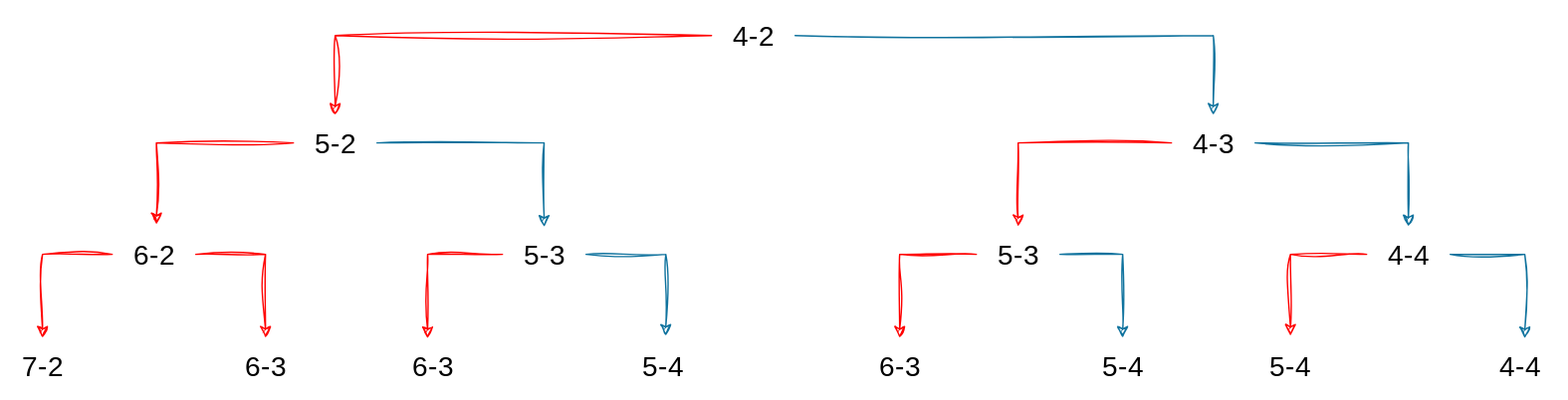
This is img/sannsyn/sannsynmyntv4.drawio.svg from Andremartiny/MA-173, a draw.io export, as it was before one commit. Source tidied: cells renumbered, new cells last; positions are measured from the earlier drawing's top-left corner, leaving out a move shared by most shapes. Its diagram source:
```xml
<mxGraphModel>
  <root>
    <mxCell id="0" />
    <mxCell id="1" parent="0" />
    <mxCell id="2" style="edgeStyle=orthogonalEdgeStyle;rounded=0;sketch=1;hachureGap=4;jiggle=2;curveFitting=1;jettySize=auto;html=1;fillColor=#ffcc99;strokeColor=#FF0000;" parent="1" edge="1" source="4" target="5">
      <mxGeometry relative="1" as="geometry" />
    </mxCell>
    <mxCell id="3" style="edgeStyle=orthogonalEdgeStyle;rounded=0;sketch=1;hachureGap=4;jiggle=2;curveFitting=1;jettySize=auto;html=1;fillColor=#b1ddf0;strokeColor=#10739e;" parent="1" edge="1" source="4" target="8">
      <mxGeometry relative="1" as="geometry" />
    </mxCell>
    <mxCell id="4" value="4-2" style="text;html=1;align=center;verticalAlign=middle;points=[];strokeColor=none;fillColor=none;fontSize=20;fontFamily=Handlee;fontSource=https%3A%2F%2Ffonts.googleapis.com%2Fcss%3Ffamily%3DHandlee;" parent="1" vertex="1">
      <mxGeometry x="505" width="60" height="40" as="geometry" />
    </mxCell>
    <mxCell id="5" value="5-2" style="text;html=1;align=center;verticalAlign=middle;points=[];strokeColor=none;fillColor=none;fontSize=20;fontFamily=Handlee;fontSource=https%3A%2F%2Ffonts.googleapis.com%2Fcss%3Ffamily%3DHandlee;" parent="1" vertex="1">
      <mxGeometry x="205" y="77" width="60" height="40" as="geometry" />
    </mxCell>
    <mxCell id="6" style="edgeStyle=orthogonalEdgeStyle;rounded=0;sketch=1;hachureGap=4;jiggle=2;curveFitting=1;jettySize=auto;html=1;fillColor=#ffcc99;strokeColor=#FF0000;" parent="1" edge="1" source="8" target="15">
      <mxGeometry relative="1" as="geometry" />
    </mxCell>
    <mxCell id="7" style="edgeStyle=orthogonalEdgeStyle;rounded=0;sketch=1;hachureGap=4;jiggle=2;curveFitting=1;jettySize=auto;html=1;fillColor=#b1ddf0;strokeColor=#10739e;" parent="1" edge="1" source="8" target="16">
      <mxGeometry relative="1" as="geometry" />
    </mxCell>
    <mxCell id="8" value="4-3" style="text;html=1;align=center;verticalAlign=middle;points=[];strokeColor=none;fillColor=none;fontSize=20;fontFamily=Handlee;fontSource=https%3A%2F%2Ffonts.googleapis.com%2Fcss%3Ffamily%3DHandlee;" parent="1" vertex="1">
      <mxGeometry x="835" y="77" width="60" height="40" as="geometry" />
    </mxCell>
    <mxCell id="9" value="5-3" style="text;html=1;align=center;verticalAlign=middle;points=[];strokeColor=none;fillColor=none;fontSize=20;fontFamily=Handlee;fontSource=https%3A%2F%2Ffonts.googleapis.com%2Fcss%3Ffamily%3DHandlee;" parent="1" vertex="1">
      <mxGeometry x="355" y="157" width="60" height="40" as="geometry" />
    </mxCell>
    <mxCell id="10" style="edgeStyle=orthogonalEdgeStyle;rounded=0;sketch=1;hachureGap=4;jiggle=2;curveFitting=1;jettySize=auto;html=1;fillColor=#ffcc99;strokeColor=#FF0000;" parent="1" edge="1" source="12" target="19">
      <mxGeometry relative="1" as="geometry" />
    </mxCell>
    <mxCell id="11" style="edgeStyle=orthogonalEdgeStyle;rounded=0;sketch=1;hachureGap=4;jiggle=2;curveFitting=1;jettySize=auto;html=1;fillColor=#ffcc99;strokeColor=#FF0000;" parent="1" edge="1" source="12" target="20">
      <mxGeometry relative="1" as="geometry" />
    </mxCell>
    <mxCell id="12" value="6-2" style="text;html=1;align=center;verticalAlign=middle;points=[];strokeColor=none;fillColor=none;fontSize=20;fontFamily=Handlee;fontSource=https%3A%2F%2Ffonts.googleapis.com%2Fcss%3Ffamily%3DHandlee;" parent="1" vertex="1">
      <mxGeometry x="75" y="157" width="60" height="40" as="geometry" />
    </mxCell>
    <mxCell id="13" style="edgeStyle=orthogonalEdgeStyle;rounded=0;sketch=1;hachureGap=4;jiggle=2;curveFitting=1;jettySize=auto;html=1;fillColor=#ffcc99;strokeColor=#FF0000;" parent="1" edge="1" source="15" target="25">
      <mxGeometry relative="1" as="geometry" />
    </mxCell>
    <mxCell id="14" style="edgeStyle=orthogonalEdgeStyle;rounded=0;sketch=1;hachureGap=4;jiggle=2;curveFitting=1;jettySize=auto;html=1;fillColor=#b1ddf0;strokeColor=#10739e;" parent="1" edge="1" source="15" target="26">
      <mxGeometry relative="1" as="geometry" />
    </mxCell>
    <mxCell id="15" value="5-3" style="text;html=1;align=center;verticalAlign=middle;points=[];strokeColor=none;fillColor=none;fontSize=20;fontFamily=Handlee;fontSource=https%3A%2F%2Ffonts.googleapis.com%2Fcss%3Ffamily%3DHandlee;" parent="1" vertex="1">
      <mxGeometry x="695" y="157" width="60" height="40" as="geometry" />
    </mxCell>
    <mxCell id="16" value="4-4" style="text;html=1;align=center;verticalAlign=middle;points=[];strokeColor=none;fillColor=none;fontSize=20;fontFamily=Handlee;fontSource=https%3A%2F%2Ffonts.googleapis.com%2Fcss%3Ffamily%3DHandlee;" parent="1" vertex="1">
      <mxGeometry x="975" y="157" width="60" height="40" as="geometry" />
    </mxCell>
    <mxCell id="17" style="edgeStyle=orthogonalEdgeStyle;rounded=0;sketch=1;hachureGap=4;jiggle=2;curveFitting=1;jettySize=auto;html=1;entryX=0.529;entryY=-0.036;entryDx=0;entryDy=0;entryPerimeter=0;fillColor=#ffcc99;strokeColor=#FF0000;" parent="1" edge="1" source="5" target="12">
      <mxGeometry relative="1" as="geometry" />
    </mxCell>
    <mxCell id="18" style="edgeStyle=orthogonalEdgeStyle;rounded=0;sketch=1;hachureGap=4;jiggle=2;curveFitting=1;jettySize=auto;html=1;entryX=0.499;entryY=0.009;entryDx=0;entryDy=0;entryPerimeter=0;fillColor=#b1ddf0;strokeColor=#10739e;" parent="1" edge="1" source="5" target="9">
      <mxGeometry relative="1" as="geometry" />
    </mxCell>
    <mxCell id="19" value="7-2" style="text;html=1;align=center;verticalAlign=middle;points=[];strokeColor=none;fillColor=none;fontSize=20;fontFamily=Handlee;fontSource=https%3A%2F%2Ffonts.googleapis.com%2Fcss%3Ffamily%3DHandlee;" parent="1" vertex="1">
      <mxGeometry y="237" width="50" height="40" as="geometry" />
    </mxCell>
    <mxCell id="20" value="6-3" style="text;html=1;align=center;verticalAlign=middle;points=[];strokeColor=none;fillColor=none;fontSize=20;fontFamily=Handlee;fontSource=https%3A%2F%2Ffonts.googleapis.com%2Fcss%3Ffamily%3DHandlee;" parent="1" vertex="1">
      <mxGeometry x="155" y="237" width="60" height="40" as="geometry" />
    </mxCell>
    <mxCell id="21" value="6-3" style="text;html=1;align=center;verticalAlign=middle;points=[];strokeColor=none;fillColor=none;fontSize=20;fontFamily=Handlee;fontSource=https%3A%2F%2Ffonts.googleapis.com%2Fcss%3Ffamily%3DHandlee;" parent="1" vertex="1">
      <mxGeometry x="275" y="237" width="60" height="40" as="geometry" />
    </mxCell>
    <mxCell id="22" value="5-4" style="text;html=1;align=center;verticalAlign=middle;points=[];strokeColor=none;fillColor=none;fontSize=20;fontFamily=Handlee;fontSource=https%3A%2F%2Ffonts.googleapis.com%2Fcss%3Ffamily%3DHandlee;" parent="1" vertex="1">
      <mxGeometry x="440" y="237" width="60" height="40" as="geometry" />
    </mxCell>
    <mxCell id="23" style="edgeStyle=orthogonalEdgeStyle;rounded=0;sketch=1;hachureGap=4;jiggle=2;curveFitting=1;jettySize=auto;html=1;entryX=0.438;entryY=0.009;entryDx=0;entryDy=0;entryPerimeter=0;fillColor=#ffcc99;strokeColor=#FF0000;" parent="1" edge="1" source="9" target="21">
      <mxGeometry relative="1" as="geometry" />
    </mxCell>
    <mxCell id="24" style="edgeStyle=orthogonalEdgeStyle;rounded=0;sketch=1;hachureGap=4;jiggle=2;curveFitting=1;jettySize=auto;html=1;entryX=0.536;entryY=-0.036;entryDx=0;entryDy=0;entryPerimeter=0;fillColor=#b1ddf0;strokeColor=#10739e;" parent="1" edge="1" source="9" target="22">
      <mxGeometry relative="1" as="geometry" />
    </mxCell>
    <mxCell id="25" value="6-3" style="text;html=1;align=center;verticalAlign=middle;points=[];strokeColor=none;fillColor=none;fontSize=20;fontFamily=Handlee;fontSource=https%3A%2F%2Ffonts.googleapis.com%2Fcss%3Ffamily%3DHandlee;" parent="1" vertex="1">
      <mxGeometry x="610" y="237" width="60" height="40" as="geometry" />
    </mxCell>
    <mxCell id="26" value="5-4" style="text;html=1;align=center;verticalAlign=middle;points=[];strokeColor=none;fillColor=none;fontSize=20;fontFamily=Handlee;fontSource=https%3A%2F%2Ffonts.googleapis.com%2Fcss%3Ffamily%3DHandlee;" parent="1" vertex="1">
      <mxGeometry x="770" y="237" width="60" height="40" as="geometry" />
    </mxCell>
    <mxCell id="27" value="5-4" style="text;html=1;align=center;verticalAlign=middle;points=[];strokeColor=none;fillColor=none;fontSize=20;fontFamily=Handlee;fontSource=https%3A%2F%2Ffonts.googleapis.com%2Fcss%3Ffamily%3DHandlee;" parent="1" vertex="1">
      <mxGeometry x="890" y="237" width="60" height="40" as="geometry" />
    </mxCell>
    <mxCell id="28" value="4-4" style="text;html=1;align=center;verticalAlign=middle;points=[];strokeColor=none;fillColor=none;fontSize=20;fontFamily=Handlee;fontSource=https%3A%2F%2Ffonts.googleapis.com%2Fcss%3Ffamily%3DHandlee;" parent="1" vertex="1">
      <mxGeometry x="1055" y="237" width="60" height="40" as="geometry" />
    </mxCell>
    <mxCell id="29" style="edgeStyle=orthogonalEdgeStyle;rounded=0;sketch=1;hachureGap=4;jiggle=2;curveFitting=1;jettySize=auto;html=1;entryX=0.506;entryY=-0.036;entryDx=0;entryDy=0;entryPerimeter=0;fillColor=#ffcc99;strokeColor=#FF0000;" parent="1" edge="1" source="16" target="27">
      <mxGeometry relative="1" as="geometry" />
    </mxCell>
    <mxCell id="30" style="edgeStyle=orthogonalEdgeStyle;rounded=0;sketch=1;hachureGap=4;jiggle=2;curveFitting=1;jettySize=auto;html=1;entryX=0.559;entryY=0.009;entryDx=0;entryDy=0;entryPerimeter=0;fillColor=#b1ddf0;strokeColor=#10739e;" parent="1" edge="1" source="16" target="28">
      <mxGeometry relative="1" as="geometry" />
    </mxCell>
  </root>
</mxGraphModel>
```
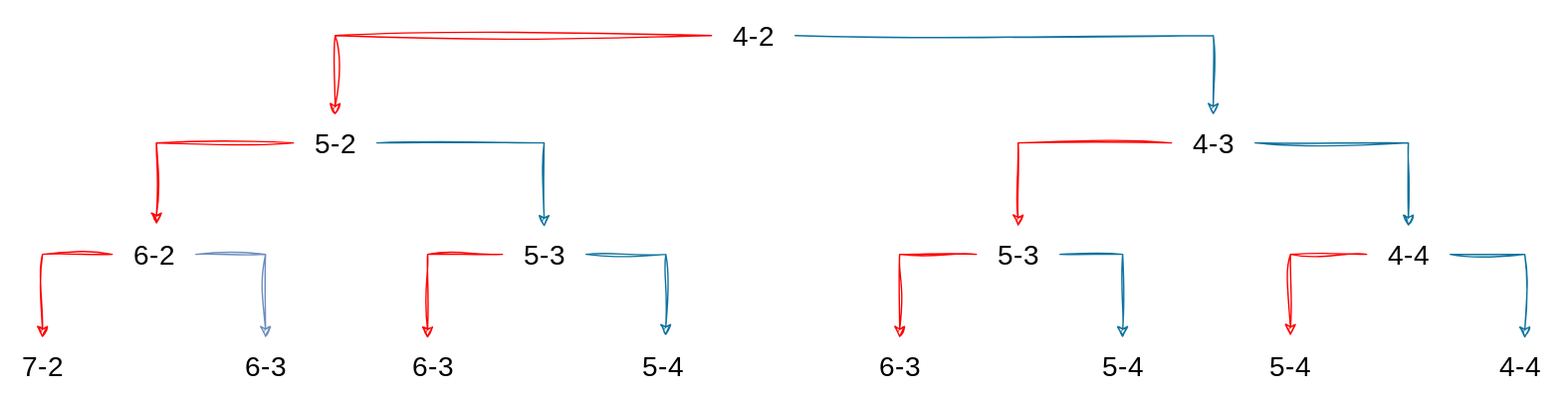
After the commit.

Diff of the diagram source:
```diff
@@ -29,7 +29,7 @@
     <mxCell id="10" style="edgeStyle=orthogonalEdgeStyle;rounded=0;sketch=1;hachureGap=4;jiggle=2;curveFitting=1;jettySize=auto;html=1;fillColor=#ffcc99;strokeColor=#FF0000;" parent="1" edge="1" source="12" target="19">
       <mxGeometry relative="1" as="geometry" />
     </mxCell>
-    <mxCell id="11" style="edgeStyle=orthogonalEdgeStyle;rounded=0;sketch=1;hachureGap=4;jiggle=2;curveFitting=1;jettySize=auto;html=1;fillColor=#ffcc99;strokeColor=#FF0000;" parent="1" edge="1" source="12" target="20">
+    <mxCell id="11" style="edgeStyle=orthogonalEdgeStyle;rounded=0;sketch=1;hachureGap=4;jiggle=2;curveFitting=1;jettySize=auto;html=1;fillColor=#dae8fc;strokeColor=#6c8ebf;" parent="1" edge="1" source="12" target="20">
       <mxGeometry relative="1" as="geometry" />
     </mxCell>
     <mxCell id="12" value="6-2" style="text;html=1;align=center;verticalAlign=middle;points=[];strokeColor=none;fillColor=none;fontSize=20;fontFamily=Handlee;fontSource=https%3A%2F%2Ffonts.googleapis.com%2Fcss%3Ffamily%3DHandlee;" parent="1" vertex="1">
```
